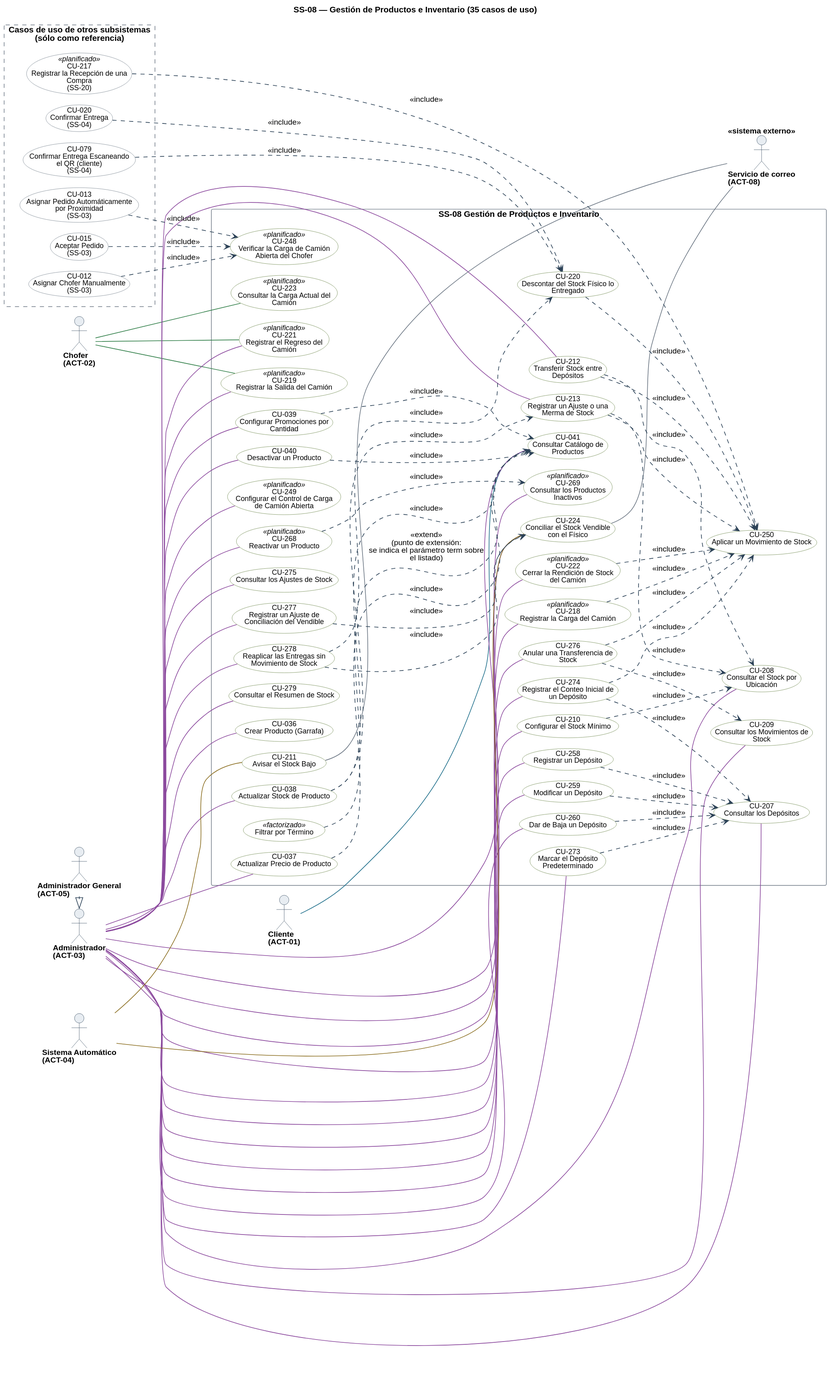
Earlier version of the PlantUML export diagramas/uml/CU_SS-08_Gestion-De-Productos.svg (Nahuelito-Dev/splg-docs).
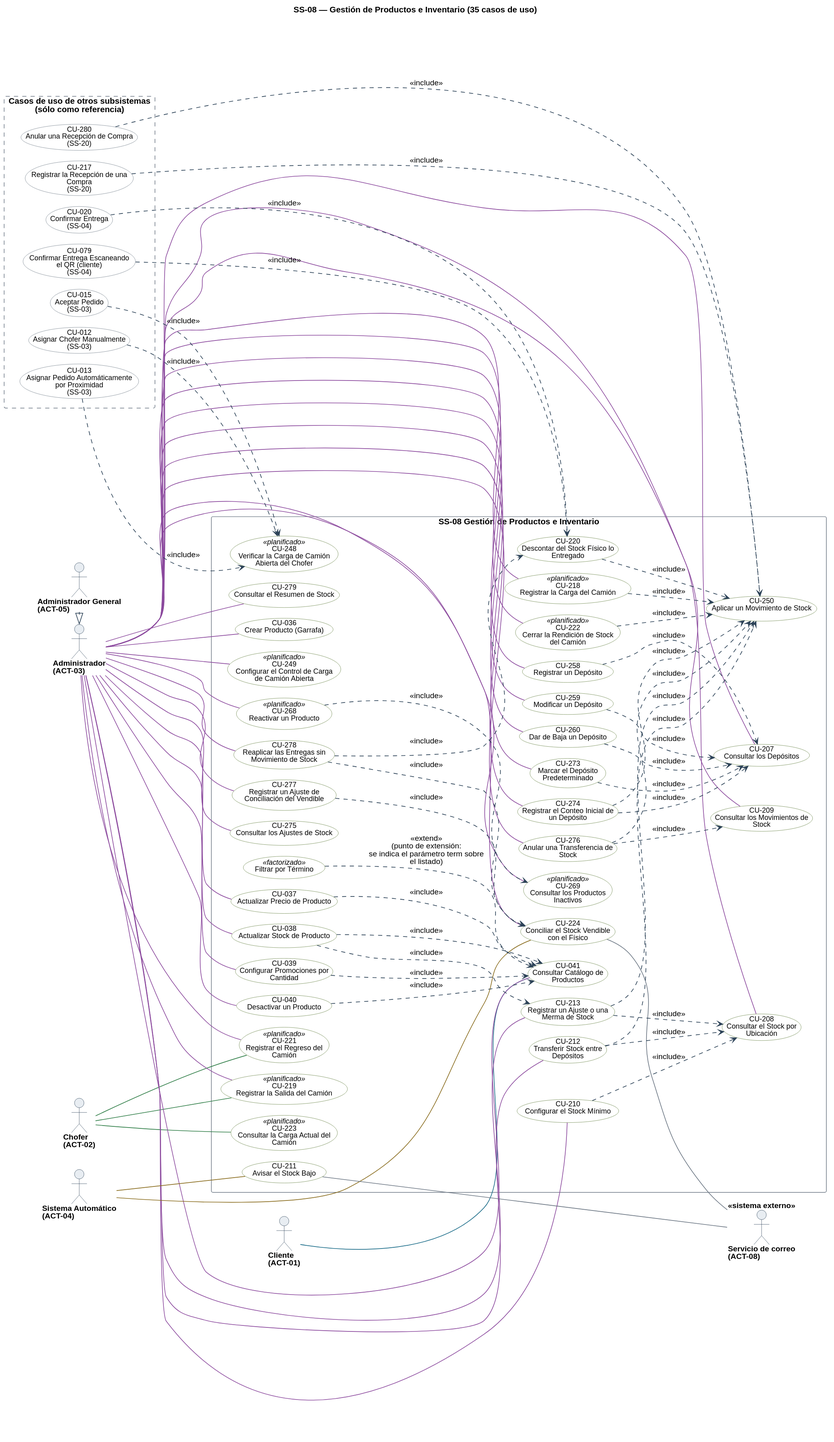
Later version of the same file.

Diff of the diagram source:
```diff
@@ -86,7 +86,8 @@
   usecase "CU-015\nAceptar Pedido\n(SS-03)" as U015 #back:FFFFFF;line:6B7683
   usecase "CU-020\nConfirmar Entrega\n(SS-04)" as U020 #back:FFFFFF;line:6B7683
   usecase "CU-079\nConfirmar Entrega Escaneando\nel QR (cliente)\n(SS-04)" as U079 #back:FFFFFF;line:6B7683
-  usecase "CU-217\nRegistrar la Recepción de una\nCompra\n(SS-20)" as U217 <<planificado>> #back:FFFFFF;line:6B7683
+  usecase "CU-217\nRegistrar la Recepción de una\nCompra\n(SS-20)" as U217 #back:FFFFFF;line:6B7683
+  usecase "CU-280\nAnular una Recepción de Compra\n(SS-20)" as U280 #back:FFFFFF;line:6B7683
 }
 
 A01 -[#1F6F8B]- U041
@@ -155,6 +156,7 @@
 U278 ..> U224 : <<include>>
 U278 ..> U220 : <<include>>
 U217 ..> U250 : <<include>>
+U280 ..> U250 : <<include>>
 U012 ..> U248 : <<include>>
 U013 ..> U248 : <<include>>
 U015 ..> U248 : <<include>>
```
